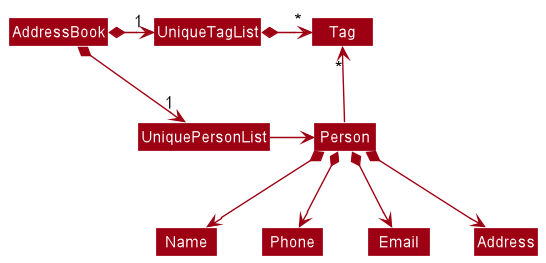
nus-cs2103-AY2223S1/tp keeps this PlantUML diagram as docs/images/BetterModelClassDiagram.png. Above is the earlier version.
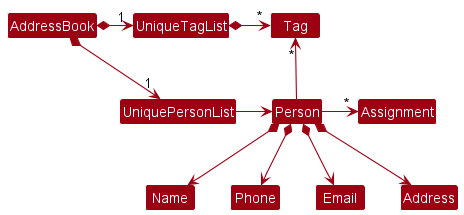
Above is the later version.

Commit message:
Add DG section: Assign/Delete Task Feature (NO DIAGRAMS)

What changed in the source:
```diff
@@ -18,4 +18,5 @@
 Person *--> Phone
 Person *--> Email
 Person *--> Address
+Person -right-> "*" Assignment
 @enduml
```
